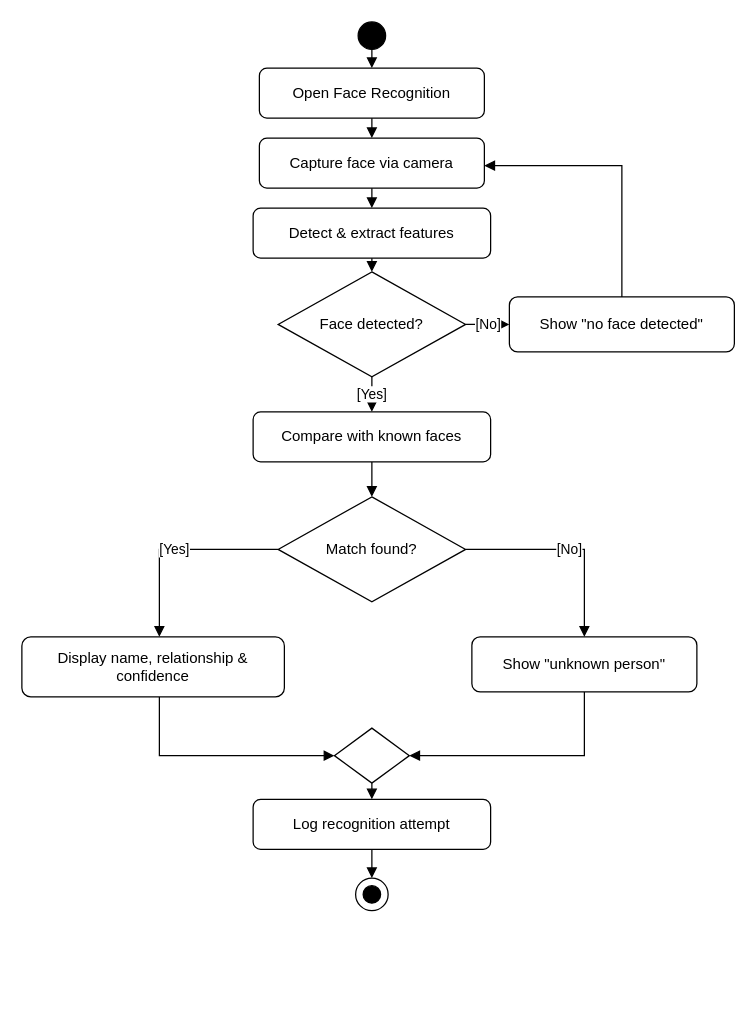
Iraj-Shahzad/memoracare- keeps this draw.io diagram as docs/diagrams/activity-face-recognition.drawio.xml. Above is the earlier version. Source tidied: cells renumbered, new cells numbered last; positions are measured from the earlier drawing's top-left corner, leaving out a move shared by most shapes. Both pictures are drawn from the tidied source at 125%, with x=0, y=0 at pixel (21, 21).
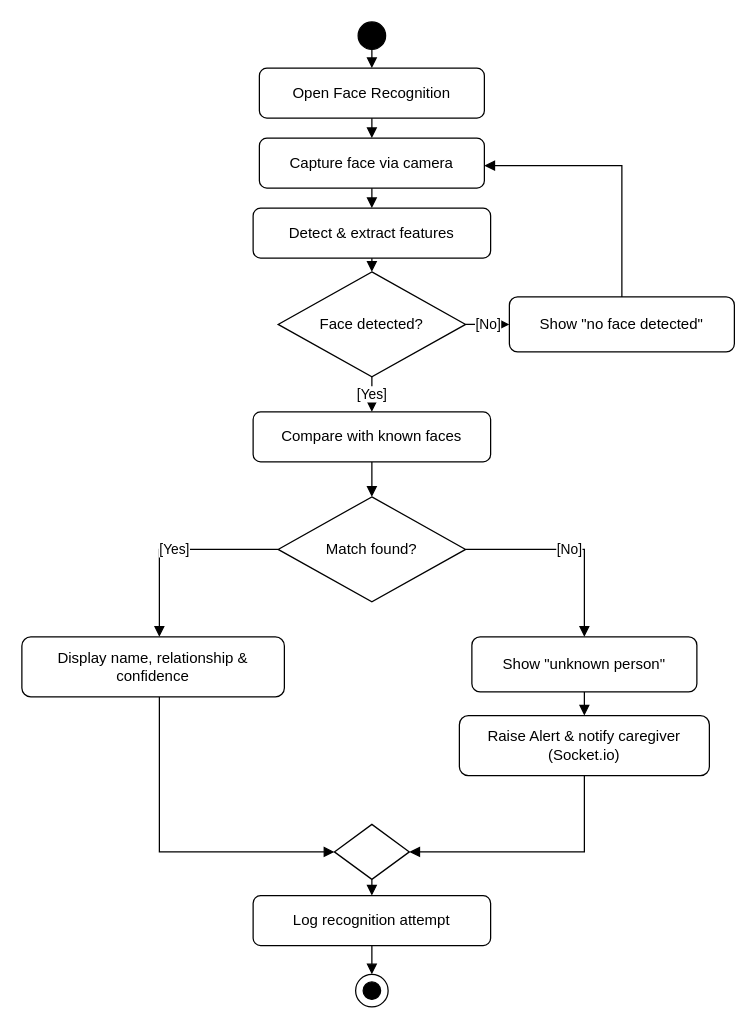
The same page after the edit.

Commit message (it also covers changes not shown here):
Activity diagrams: face-recognition (caregiver alert branch), chatbot (Wit.ai->Python->rules cascade), caregiver-dashboard SVGs

Unchanged cells that the change refers to:
```xml
<mxCell id="10" value="Display name, relationship &amp; confidence" style="rounded=1;whiteSpace=wrap;html=1;fillColor=#ffffff;" parent="1" vertex="1">
  <mxGeometry y="492" width="210" height="48" as="geometry" />
</mxCell>
<mxCell id="11" value="Show &quot;unknown person&quot;" style="rounded=1;whiteSpace=wrap;html=1;fillColor=#ffffff;" parent="1" vertex="1">
  <mxGeometry x="360" y="492" width="180" height="44" as="geometry" />
</mxCell>
```

What changed in the source:
```diff
@@
+    <mxCell id="30" value="Raise Alert &amp; notify caregiver (Socket.io)" style="rounded=1;whiteSpace=wrap;html=1;fillColor=#ffffff;" parent="1" vertex="1">
+      <mxGeometry x="350" y="555" width="200" height="48" as="geometry" />
+    </mxCell>
     <mxCell id="12" style="rhombus;whiteSpace=wrap;html=1;fillColor=#ffffff;" parent="1" vertex="1">
-      <mxGeometry x="250" y="565" width="60" height="44" as="geometry" />
+      <mxGeometry x="250" y="642" width="60" height="44" as="geometry" />
     </mxCell>
     <mxCell id="13" value="Log recognition attempt" style="rounded=1;whiteSpace=wrap;html=1;fillColor=#ffffff;" parent="1" vertex="1">
-      <mxGeometry x="185" y="622" width="190" height="40" as="geometry" />
+      <mxGeometry x="185" y="699" width="190" height="40" as="geometry" />
     </mxCell>
     <mxCell id="14" style="ellipse;html=1;fillColor=#ffffff;strokeColor=#000000;" parent="1" vertex="1">
-      <mxGeometry x="267" y="685" width="26" height="26" as="geometry" />
+      <mxGeometry x="267" y="762" width="26" height="26" as="geometry" />
     </mxCell>
     <mxCell id="15" style="ellipse;html=1;fillColor=#000000;strokeColor=#000000;" parent="1" vertex="1">
-      <mxGeometry x="273" y="691" width="14" height="14" as="geometry" />
+      <mxGeometry x="273" y="768" width="14" height="14" as="geometry" />
     </mxCell>
@@
     <mxCell id="26" style="endArrow=block;html=1;edgeStyle=orthogonalEdgeStyle;rounded=0;" parent="1" edge="1" source="10" target="12">
       <mxGeometry relative="1" as="geometry">
         <Array as="points">
-          <mxPoint x="110" y="587" />
+          <mxPoint x="110" y="664" />
         </Array>
       </mxGeometry>
     </mxCell>
-    <mxCell id="27" style="endArrow=block;html=1;edgeStyle=orthogonalEdgeStyle;rounded=0;" parent="1" edge="1" source="11" target="12">
-      <mxGeometry relative="1" as="geometry">
-        <Array as="points">
-          <mxPoint x="450" y="587" />
-        </Array>
-      </mxGeometry>
+    <mxCell id="27" style="endArrow=block;html=1;" parent="1" edge="1" source="11" target="30">
+      <mxGeometry relative="1" as="geometry" />
     </mxCell>
+    <mxCell id="31" style="endArrow=block;html=1;edgeStyle=orthogonalEdgeStyle;rounded=0;" parent="1" edge="1" source="30" target="12">
+      <mxGeometry relative="1" as="geometry">
+        <Array as="points">
+          <mxPoint x="450" y="664" />
+        </Array>
+      </mxGeometry>
+    </mxCell>
```
